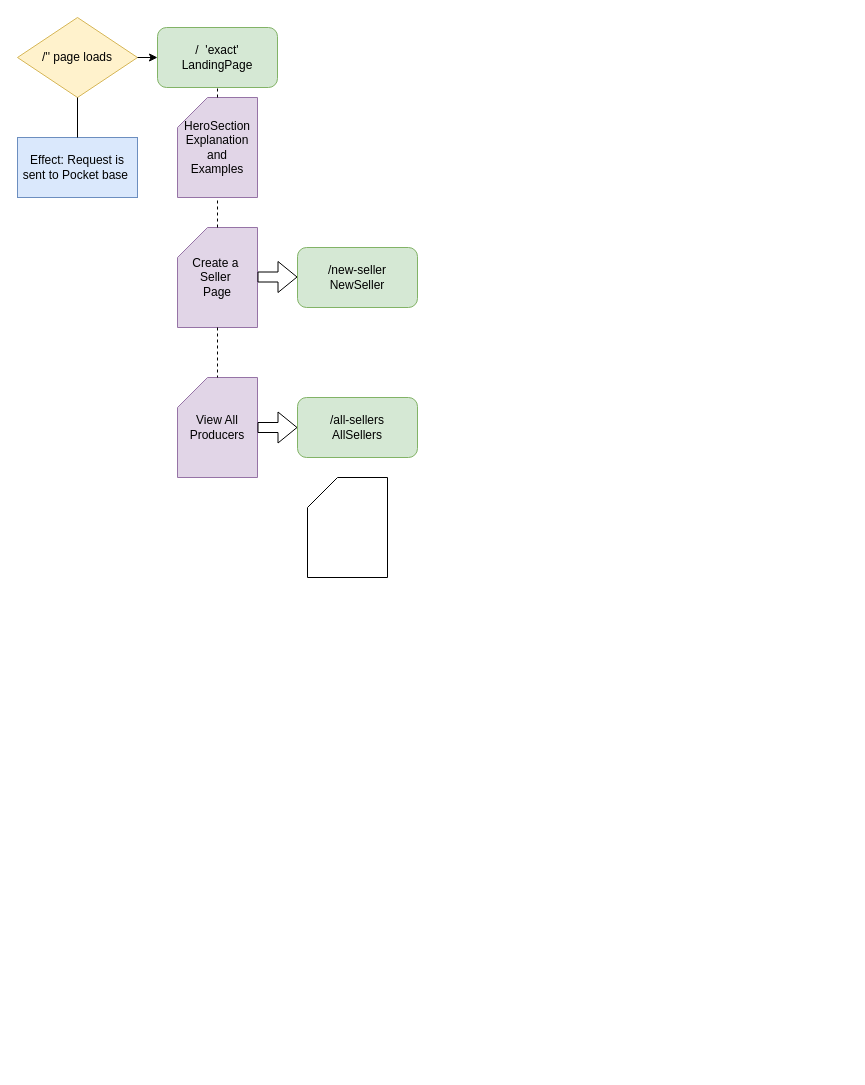
Earlier version of the draw.io diagram Untitled Diagram.drawio (sawyer1776/cryptoataglance). Source tidied: cells renumbered, new cells numbered last; positions are measured from the earlier drawing's top-left corner, leaving out a move shared by most shapes. Both pictures are drawn from the tidied source at 100%, with x=0, y=0 at pixel (17, 17).
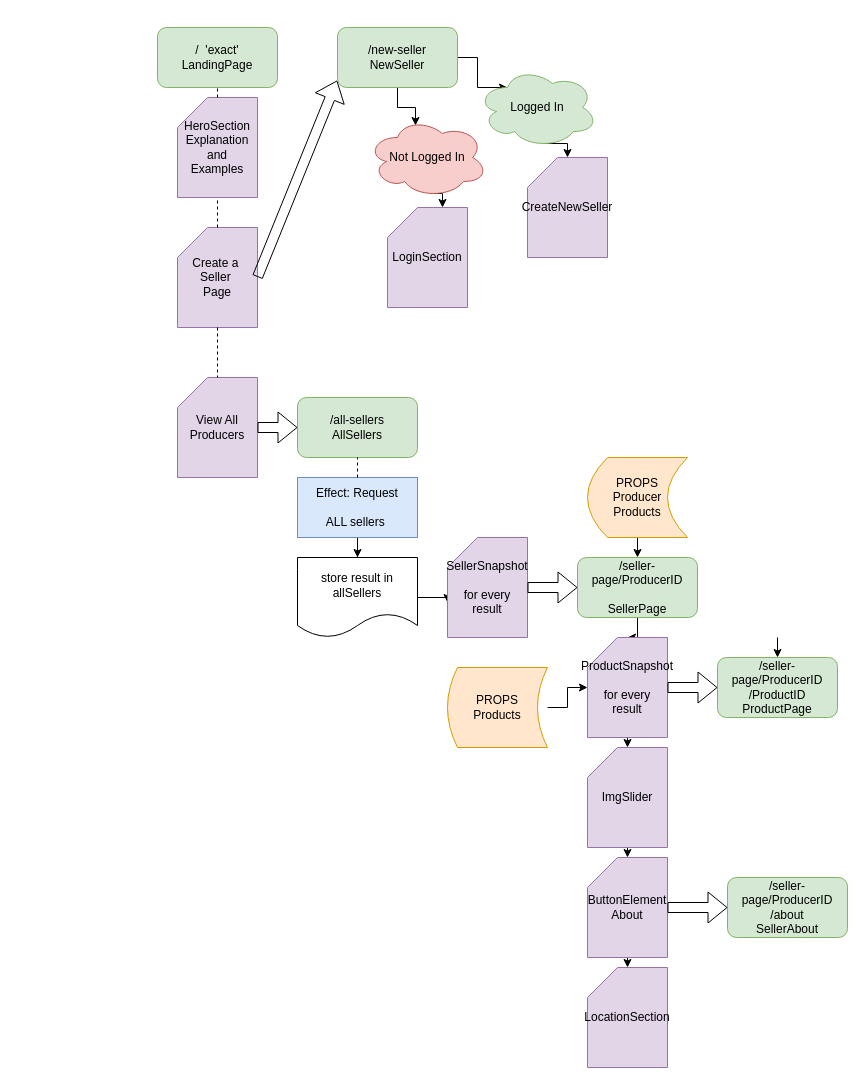
The same diagram, later.

The change refers to these unchanged cells:
```xml
<mxCell id="5" value="/&amp;nbsp; 'exact'&lt;br&gt;LandingPage" style="rounded=1;whiteSpace=wrap;html=1;fillColor=#d5e8d4;strokeColor=#82b366;" parent="1" vertex="1">
  <mxGeometry x="140" y="10" width="120" height="60" as="geometry" />
</mxCell>
<mxCell id="15" value="/all-sellers&lt;br&gt;AllSellers" style="rounded=1;whiteSpace=wrap;html=1;fillColor=#d5e8d4;strokeColor=#82b366;" parent="1" vertex="1">
  <mxGeometry x="280" y="380" width="120" height="60" as="geometry" />
</mxCell>
```

What changed in the source:
```diff
@@
-    <mxCell id="2" value="/'' page loads" style="rhombus;whiteSpace=wrap;html=1;fillColor=#fff2cc;strokeColor=#d6b656;" parent="1" vertex="1">
-      <mxGeometry width="120" height="80" as="geometry" />
-    </mxCell>
-    <mxCell id="3" value="Effect: Request is sent to Pocket base&amp;nbsp;" style="rounded=0;whiteSpace=wrap;html=1;fillColor=#dae8fc;strokeColor=#6c8ebf;" parent="1" vertex="1">
-      <mxGeometry y="120" width="120" height="60" as="geometry" />
-    </mxCell>
-    <mxCell id="4" style="endArrow=none;html=1;rounded=0;entryX=0.5;entryY=1;entryDx=0;entryDy=0;exitX=0.5;exitY=0;exitDx=0;exitDy=0;" parent="1" edge="1" source="3" target="2">
-      <mxGeometry relative="1" as="geometry" />
-    </mxCell>
@@
-    <mxCell id="6" style="endArrow=classic;html=1;rounded=0;exitX=1;exitY=0.5;exitDx=0;exitDy=0;entryX=0;entryY=0.5;entryDx=0;entryDy=0;" parent="1" edge="1" source="2" target="5">
-      <mxGeometry relative="1" as="geometry" />
-    </mxCell>
@@
-    <mxCell id="14" style="shape=flexArrow;endArrow=classic;html=1;rounded=0;exitX=1;exitY=0.5;exitDx=0;exitDy=0;exitPerimeter=0;" parent="1" edge="1">
+    <mxCell id="14" style="shape=flexArrow;endArrow=classic;html=1;rounded=0;exitX=1;exitY=0.5;exitDx=0;exitDy=0;exitPerimeter=0;entryX=-0.003;entryY=0.883;entryDx=0;entryDy=0;entryPerimeter=0;" parent="1" edge="1" target="16">
       <mxGeometry relative="1" as="geometry">
         <mxPoint x="240" y="259.5" as="sourcePoint" />
-        <mxPoint x="280" y="259.5" as="targetPoint" />
       </mxGeometry>
     </mxCell>
@@
+    <mxCell id="18" style="edgeStyle=orthogonalEdgeStyle;rounded=0;jettySize=auto;html=1;exitX=0.5;exitY=1;exitDx=0;exitDy=0;entryX=0.4;entryY=0.1;entryDx=0;entryDy=0;entryPerimeter=0;" parent="1" edge="1" source="16" target="46">
+      <mxGeometry relative="1" as="geometry" />
+    </mxCell>
+    <mxCell id="19" style="edgeStyle=orthogonalEdgeStyle;rounded=0;jettySize=auto;html=1;exitX=1;exitY=0.5;exitDx=0;exitDy=0;entryX=0.25;entryY=0.25;entryDx=0;entryDy=0;entryPerimeter=0;" parent="1" edge="1" source="16" target="48">
+      <mxGeometry relative="1" as="geometry" />
+    </mxCell>
     <mxCell id="16" value="/new-seller&lt;br&gt;NewSeller" style="rounded=1;whiteSpace=wrap;html=1;fillColor=#d5e8d4;strokeColor=#82b366;" parent="1" vertex="1">
-      <mxGeometry x="280" y="230" width="120" height="60" as="geometry" />
+      <mxGeometry x="320" y="10" width="120" height="60" as="geometry" />
     </mxCell>
-    <mxCell id="17" style="shape=card;whiteSpace=wrap;html=1;" parent="1" vertex="1">
-      <mxGeometry x="290" y="460" width="80" height="100" as="geometry" />
-    </mxCell>
+    <mxCell id="20" style="edgeStyle=orthogonalEdgeStyle;rounded=0;jettySize=auto;html=1;" parent="1" edge="1" source="21" target="24">
+      <mxGeometry relative="1" as="geometry" />
+    </mxCell>
+    <mxCell id="21" value="Effect: Request &lt;br&gt;&lt;br&gt;ALL sellers&amp;nbsp;" style="rounded=0;whiteSpace=wrap;html=1;fillColor=#dae8fc;strokeColor=#6c8ebf;" parent="1" vertex="1">
+      <mxGeometry x="280" y="460" width="120" height="60" as="geometry" />
+    </mxCell>
+    <mxCell id="22" style="endArrow=none;dashed=1;html=1;rounded=0;entryX=0.5;entryY=1;entryDx=0;entryDy=0;" parent="1" edge="1" source="21" target="15">
+      <mxGeometry relative="1" as="geometry" />
+    </mxCell>
+    <mxCell id="23" style="edgeStyle=orthogonalEdgeStyle;rounded=0;jettySize=auto;html=1;exitX=1;exitY=0.5;exitDx=0;exitDy=0;entryX=0;entryY=0;entryDx=0;entryDy=65;entryPerimeter=0;" parent="1" edge="1" source="24" target="25">
+      <mxGeometry relative="1" as="geometry" />
+    </mxCell>
+    <mxCell id="24" value="store result in allSellers" style="shape=document;whiteSpace=wrap;html=1;boundedLbl=1;" parent="1" vertex="1">
+      <mxGeometry x="280" y="540" width="120" height="80" as="geometry" />
+    </mxCell>
+    <mxCell id="25" value="SellerSnapshot&lt;br&gt;&lt;br&gt;for every&lt;br&gt;result" style="shape=card;whiteSpace=wrap;html=1;fillColor=#e1d5e7;strokeColor=#9673a6;" parent="1" vertex="1">
+      <mxGeometry x="430" y="520" width="80" height="100" as="geometry" />
+    </mxCell>
+    <mxCell id="26" style="shape=flexArrow;endArrow=classic;html=1;rounded=0;exitX=1;exitY=0.5;exitDx=0;exitDy=0;exitPerimeter=0;" parent="1" edge="1" source="25">
+      <mxGeometry relative="1" as="geometry">
+        <mxPoint x="560" y="570" as="targetPoint" />
+      </mxGeometry>
+    </mxCell>
+    <mxCell id="27" style="edgeStyle=orthogonalEdgeStyle;rounded=0;jettySize=auto;html=1;" parent="1" edge="1" source="28" target="32">
+      <mxGeometry relative="1" as="geometry" />
+    </mxCell>
+    <mxCell id="28" value="/seller-page/ProducerID&lt;br&gt;&lt;br&gt;SellerPage" style="rounded=1;whiteSpace=wrap;html=1;fillColor=#d5e8d4;strokeColor=#82b366;" parent="1" vertex="1">
+      <mxGeometry x="560" y="540" width="120" height="60" as="geometry" />
+    </mxCell>
+    <mxCell id="29" style="edgeStyle=orthogonalEdgeStyle;rounded=0;jettySize=auto;html=1;exitX=0.5;exitY=1;exitDx=0;exitDy=0;entryX=0.5;entryY=0;entryDx=0;entryDy=0;" parent="1" edge="1" source="30" target="28">
+      <mxGeometry relative="1" as="geometry" />
+    </mxCell>
+    <mxCell id="30" value="PROPS&lt;br&gt;Producer&lt;br&gt;Products&lt;br&gt;" style="shape=dataStorage;whiteSpace=wrap;html=1;fixedSize=1;fillColor=#ffe6cc;strokeColor=#d79b00;" parent="1" vertex="1">
+      <mxGeometry x="570" y="440" width="100" height="80" as="geometry" />
+    </mxCell>
+    <mxCell id="31" style="edgeStyle=orthogonalEdgeStyle;rounded=0;jettySize=auto;html=1;exitX=0.5;exitY=1;exitDx=0;exitDy=0;exitPerimeter=0;entryX=0.5;entryY=0;entryDx=0;entryDy=0;entryPerimeter=0;" parent="1" edge="1" source="32" target="39">
+      <mxGeometry relative="1" as="geometry" />
+    </mxCell>
+    <mxCell id="32" value="ProductSnapshot&lt;br&gt;&lt;br&gt;for every&lt;br&gt;result" style="shape=card;whiteSpace=wrap;html=1;fillColor=#e1d5e7;strokeColor=#9673a6;" parent="1" vertex="1">
+      <mxGeometry x="570" y="620" width="80" height="100" as="geometry" />
+    </mxCell>
+    <mxCell id="33" style="shape=flexArrow;endArrow=classic;html=1;rounded=0;exitX=1;exitY=0.5;exitDx=0;exitDy=0;exitPerimeter=0;" parent="1" edge="1" source="32">
+      <mxGeometry relative="1" as="geometry">
+        <mxPoint x="700" y="670" as="targetPoint" />
+      </mxGeometry>
+    </mxCell>
+    <mxCell id="34" value="/seller-page/ProducerID&lt;br&gt;/ProductID&lt;br&gt;ProductPage" style="rounded=1;whiteSpace=wrap;html=1;fillColor=#d5e8d4;strokeColor=#82b366;" parent="1" vertex="1">
+      <mxGeometry x="700" y="640" width="120" height="60" as="geometry" />
+    </mxCell>
+    <mxCell id="35" style="edgeStyle=orthogonalEdgeStyle;rounded=0;jettySize=auto;html=1;exitX=0.5;exitY=1;exitDx=0;exitDy=0;entryX=0.5;entryY=0;entryDx=0;entryDy=0;" parent="1" edge="1" target="34">
+      <mxGeometry relative="1" as="geometry">
+        <mxPoint x="760" y="620" as="sourcePoint" />
+      </mxGeometry>
+    </mxCell>
+    <mxCell id="36" style="edgeStyle=orthogonalEdgeStyle;rounded=0;jettySize=auto;html=1;" parent="1" edge="1" source="37" target="32">
+      <mxGeometry relative="1" as="geometry" />
+    </mxCell>
+    <mxCell id="37" value="PROPS&lt;br&gt;Products" style="shape=dataStorage;whiteSpace=wrap;html=1;fixedSize=1;fillColor=#ffe6cc;strokeColor=#d79b00;size=10;" parent="1" vertex="1">
+      <mxGeometry x="430" y="650" width="100" height="80" as="geometry" />
+    </mxCell>
+    <mxCell id="38" style="edgeStyle=orthogonalEdgeStyle;rounded=0;jettySize=auto;html=1;exitX=0.5;exitY=1;exitDx=0;exitDy=0;exitPerimeter=0;entryX=0.5;entryY=0;entryDx=0;entryDy=0;entryPerimeter=0;" parent="1" edge="1" source="39" target="41">
+      <mxGeometry relative="1" as="geometry" />
+    </mxCell>
+    <mxCell id="39" value="ImgSlider" style="shape=card;whiteSpace=wrap;html=1;fillColor=#e1d5e7;strokeColor=#9673a6;" parent="1" vertex="1">
+      <mxGeometry x="570" y="730" width="80" height="100" as="geometry" />
+    </mxCell>
+    <mxCell id="40" style="edgeStyle=orthogonalEdgeStyle;rounded=0;jettySize=auto;html=1;exitX=0.5;exitY=1;exitDx=0;exitDy=0;exitPerimeter=0;entryX=0.5;entryY=0;entryDx=0;entryDy=0;entryPerimeter=0;" parent="1" edge="1" source="41" target="42">
+      <mxGeometry relative="1" as="geometry" />
+    </mxCell>
+    <mxCell id="41" value="ButtonElement&lt;br&gt;About" style="shape=card;whiteSpace=wrap;html=1;fillColor=#e1d5e7;strokeColor=#9673a6;" parent="1" vertex="1">
+      <mxGeometry x="570" y="840" width="80" height="100" as="geometry" />
+    </mxCell>
+    <mxCell id="42" value="LocationSection" style="shape=card;whiteSpace=wrap;html=1;fillColor=#e1d5e7;strokeColor=#9673a6;" parent="1" vertex="1">
+      <mxGeometry x="570" y="950" width="80" height="100" as="geometry" />
+    </mxCell>
+    <mxCell id="43" value="/seller-page/ProducerID&lt;br&gt;/about&lt;br&gt;SellerAbout" style="rounded=1;whiteSpace=wrap;html=1;fillColor=#d5e8d4;strokeColor=#82b366;" parent="1" vertex="1">
+      <mxGeometry x="710" y="860" width="120" height="60" as="geometry" />
+    </mxCell>
+    <mxCell id="44" style="shape=flexArrow;endArrow=classic;html=1;rounded=0;entryX=0;entryY=0.5;entryDx=0;entryDy=0;" parent="1" edge="1" source="41" target="43">
+      <mxGeometry relative="1" as="geometry" />
+    </mxCell>
+    <mxCell id="45" style="edgeStyle=orthogonalEdgeStyle;rounded=0;jettySize=auto;html=1;exitX=0.55;exitY=0.95;exitDx=0;exitDy=0;exitPerimeter=0;entryX=0;entryY=0;entryDx=55;entryDy=0;entryPerimeter=0;" parent="1" edge="1" source="46" target="49">
+      <mxGeometry relative="1" as="geometry" />
+    </mxCell>
+    <mxCell id="46" value="Not Logged In" style="ellipse;shape=cloud;whiteSpace=wrap;html=1;fillColor=#f8cecc;strokeColor=#b85450;" parent="1" vertex="1">
+      <mxGeometry x="350" y="100" width="120" height="80" as="geometry" />
+    </mxCell>
+    <mxCell id="47" style="edgeStyle=orthogonalEdgeStyle;rounded=0;jettySize=auto;html=1;exitX=0.55;exitY=0.95;exitDx=0;exitDy=0;exitPerimeter=0;entryX=0.5;entryY=0;entryDx=0;entryDy=0;entryPerimeter=0;" parent="1" edge="1" source="48" target="50">
+      <mxGeometry relative="1" as="geometry" />
+    </mxCell>
+    <mxCell id="48" value="Logged In" style="ellipse;shape=cloud;whiteSpace=wrap;html=1;fillColor=#d5e8d4;strokeColor=#82b366;" parent="1" vertex="1">
+      <mxGeometry x="460" y="50" width="120" height="80" as="geometry" />
+    </mxCell>
+    <mxCell id="49" value="LoginSection" style="shape=card;whiteSpace=wrap;html=1;fillColor=#e1d5e7;strokeColor=#9673a6;" parent="1" vertex="1">
+      <mxGeometry x="370" y="190" width="80" height="100" as="geometry" />
+    </mxCell>
+    <mxCell id="50" value="CreateNewSeller" style="shape=card;whiteSpace=wrap;html=1;fillColor=#e1d5e7;strokeColor=#9673a6;" parent="1" vertex="1">
+      <mxGeometry x="510" y="140" width="80" height="100" as="geometry" />
+    </mxCell>
```
